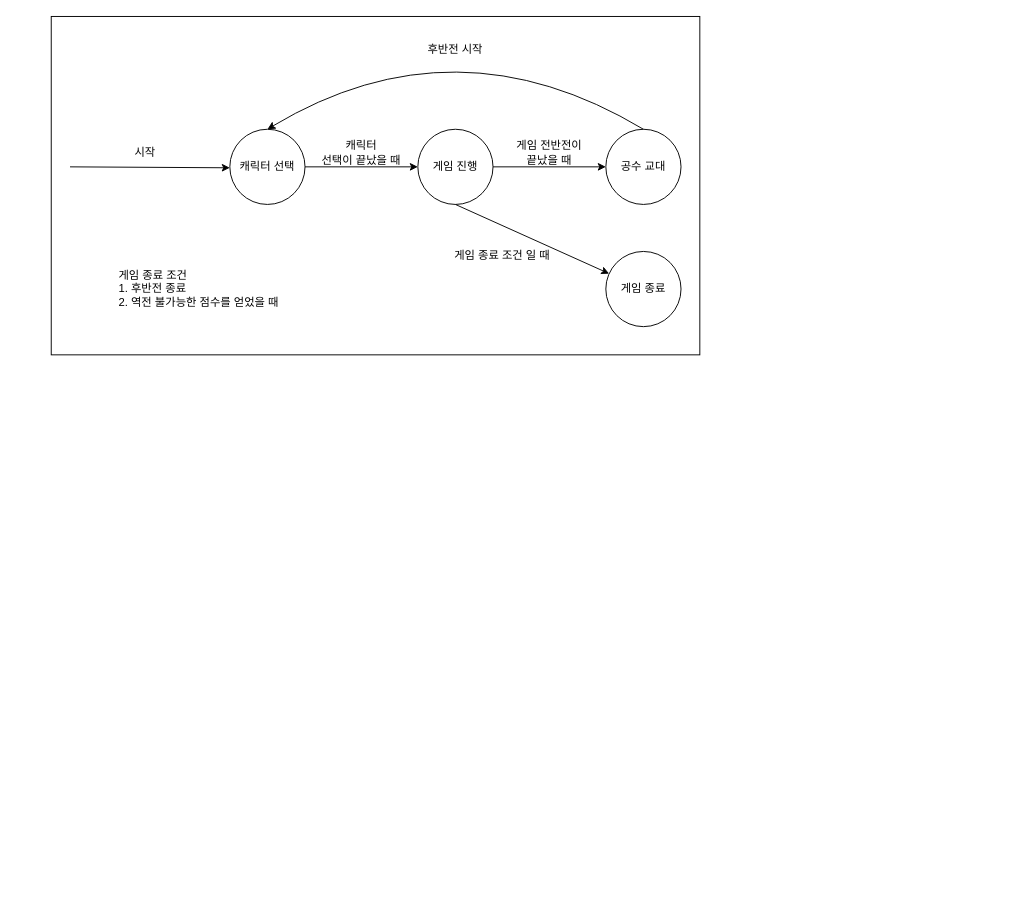
Above: FSM/GameLogicFSM.drawio in INHA01/KOG_BOMBING (draw.io), before the change. Source tidied: cells renumbered, new cells numbered last; positions are measured from the earlier drawing's top-left corner, leaving out a move shared by most shapes. Both pictures are drawn from the tidied source at 94%, with x=0, y=0 at pixel (51, 16).
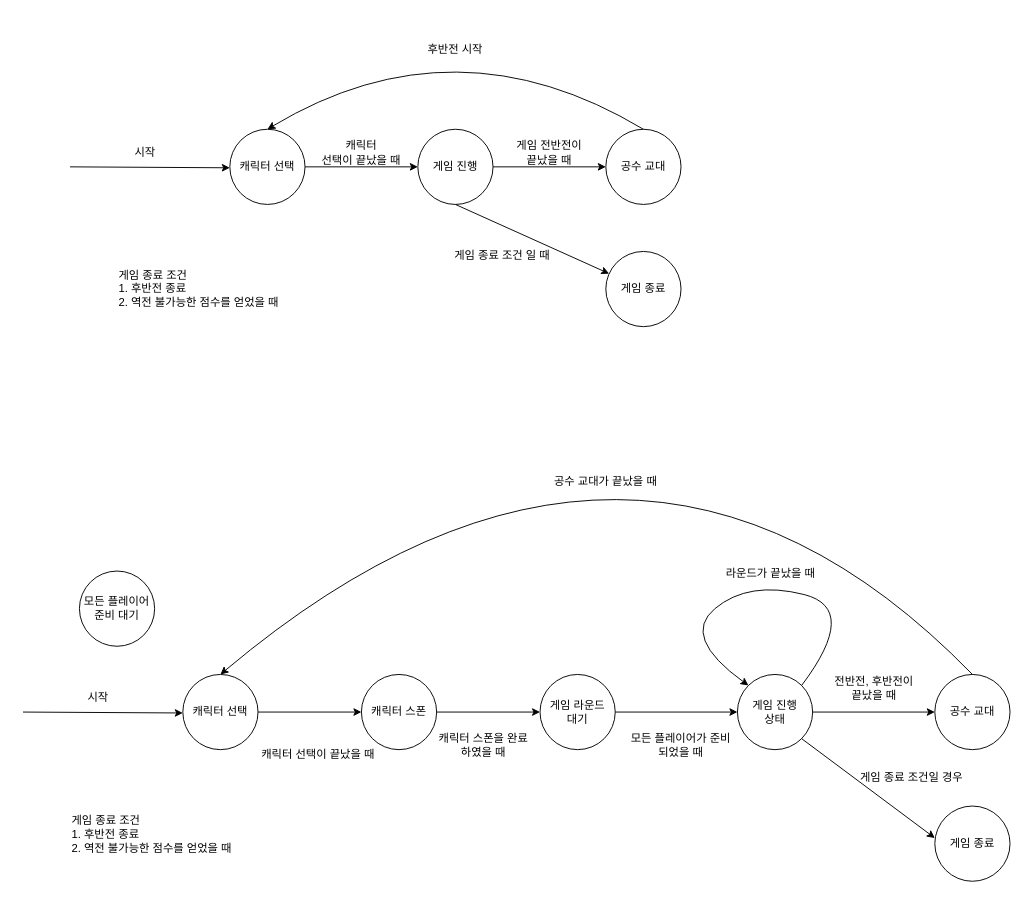
Above is the later version.

Commit message (it also covers changes not shown here):
fix: 게임 로직 FSM 설계 변경 및 GameDirector 클래스 다이어그램 수정

Change to the diagram source:
```diff
@@
-    <mxCell id="2" style="rounded=0;whiteSpace=wrap;html=1;" parent="1" vertex="1">
-      <mxGeometry width="690" height="360" as="geometry" />
-    </mxCell>
@@
+    <mxCell id="18" value="캐릭터 스폰" style="ellipse;whiteSpace=wrap;html=1;" parent="1" vertex="1">
+      <mxGeometry x="330" y="700" width="80" height="80" as="geometry" />
+    </mxCell>
+    <mxCell id="19" value="캐릭터 선택" style="ellipse;whiteSpace=wrap;html=1;" parent="1" vertex="1">
+      <mxGeometry x="140" y="700" width="80" height="80" as="geometry" />
+    </mxCell>
+    <mxCell id="20" value="공수 교대" style="ellipse;whiteSpace=wrap;html=1;" parent="1" vertex="1">
+      <mxGeometry x="940" y="700" width="80" height="80" as="geometry" />
+    </mxCell>
+    <mxCell id="21" style="endArrow=classic;html=1;rounded=0;" parent="1" edge="1">
+      <mxGeometry relative="1" as="geometry">
+        <mxPoint x="-30" y="740" as="sourcePoint" />
+        <mxPoint x="140" y="741" as="targetPoint" />
+      </mxGeometry>
+    </mxCell>
+    <mxCell id="22" value="시작" style="text;html=1;align=center;verticalAlign=middle;whiteSpace=wrap;rounded=0;" parent="1" vertex="1">
+      <mxGeometry x="20" y="710" width="60" height="30" as="geometry" />
+    </mxCell>
+    <mxCell id="23" value="게임 종료 조건&lt;br&gt;1. 후반전 종료&lt;br&gt;2. 역전 불가능한 점수를 얻었을 때" style="text;html=1;align=left;verticalAlign=middle;whiteSpace=wrap;rounded=0;" parent="1" vertex="1">
+      <mxGeometry x="20" y="820" width="200" height="100" as="geometry" />
+    </mxCell>
+    <mxCell id="24" style="endArrow=classic;html=1;rounded=0;exitX=1;exitY=0.5;exitDx=0;exitDy=0;entryX=0;entryY=0.5;entryDx=0;entryDy=0;" parent="1" edge="1" source="19" target="18">
+      <mxGeometry relative="1" as="geometry" />
+    </mxCell>
+    <mxCell id="25" value="게임 라운드&lt;br&gt;대기" style="ellipse;whiteSpace=wrap;html=1;" parent="1" vertex="1">
+      <mxGeometry x="520" y="700" width="80" height="80" as="geometry" />
+    </mxCell>
+    <mxCell id="26" style="endArrow=classic;html=1;rounded=0;exitX=1;exitY=0.5;exitDx=0;exitDy=0;entryX=0;entryY=0.5;entryDx=0;entryDy=0;" parent="1" edge="1" source="18" target="25">
+      <mxGeometry relative="1" as="geometry" />
+    </mxCell>
+    <mxCell id="27" value="게임 진행&lt;br&gt;상태" style="ellipse;whiteSpace=wrap;html=1;" parent="1" vertex="1">
+      <mxGeometry x="730" y="700" width="80" height="80" as="geometry" />
+    </mxCell>
+    <mxCell id="28" style="endArrow=classic;html=1;rounded=0;exitX=1;exitY=0.5;exitDx=0;exitDy=0;entryX=0;entryY=0.5;entryDx=0;entryDy=0;" parent="1" edge="1" source="25" target="27">
+      <mxGeometry relative="1" as="geometry" />
+    </mxCell>
+    <mxCell id="29" value="게임 종료" style="ellipse;whiteSpace=wrap;html=1;" parent="1" vertex="1">
+      <mxGeometry x="940" y="840" width="80" height="80" as="geometry" />
+    </mxCell>
+    <mxCell id="30" style="endArrow=classic;html=1;exitX=1;exitY=0;exitDx=0;exitDy=0;entryX=0;entryY=0;entryDx=0;entryDy=0;curved=1;" parent="1" edge="1" source="27" target="27">
+      <mxGeometry relative="1" as="geometry">
+        <Array as="points">
+          <mxPoint x="860" y="630" />
+          <mxPoint x="742" y="600" />
+          <mxPoint x="670" y="660" />
+        </Array>
+      </mxGeometry>
+    </mxCell>
+    <mxCell id="31" style="endArrow=classic;html=1;rounded=0;exitX=1;exitY=0.5;exitDx=0;exitDy=0;entryX=0;entryY=0.5;entryDx=0;entryDy=0;" parent="1" edge="1" source="27" target="20">
+      <mxGeometry relative="1" as="geometry" />
+    </mxCell>
+    <mxCell id="32" style="endArrow=classic;html=1;rounded=0;exitX=1;exitY=1;exitDx=0;exitDy=0;entryX=0;entryY=0.425;entryDx=0;entryDy=0;entryPerimeter=0;" parent="1" edge="1" source="27" target="29">
+      <mxGeometry relative="1" as="geometry" />
+    </mxCell>
+    <mxCell id="33" value="캐릭터 스폰을 완료&lt;br&gt;하였을 때" style="text;html=1;strokeColor=none;fillColor=none;align=center;verticalAlign=middle;whiteSpace=wrap;rounded=0;" parent="1" vertex="1">
+      <mxGeometry x="390" y="760" width="140" height="30" as="geometry" />
+    </mxCell>
+    <mxCell id="34" value="캐릭터 선택이 끝났을 때" style="text;html=1;strokeColor=none;fillColor=none;align=center;verticalAlign=middle;whiteSpace=wrap;rounded=0;" parent="1" vertex="1">
+      <mxGeometry x="214" y="770" width="140" height="30" as="geometry" />
+    </mxCell>
+    <mxCell id="35" value="모든 플레이어가 준비&lt;br&gt;되었을 때" style="text;html=1;strokeColor=none;fillColor=none;align=center;verticalAlign=middle;whiteSpace=wrap;rounded=0;" parent="1" vertex="1">
+      <mxGeometry x="600" y="760" width="140" height="30" as="geometry" />
+    </mxCell>
+    <mxCell id="36" value="라운드가 끝났을 때" style="text;html=1;align=center;verticalAlign=middle;strokeColor=none;fillColor=none;" parent="1" vertex="1">
+      <mxGeometry x="700" y="578" width="130" height="30" as="geometry" />
+    </mxCell>
+    <mxCell id="37" value="전반전, 후반전이&lt;br&gt;끝났을 때" style="text;html=1;align=center;verticalAlign=middle;strokeColor=none;fillColor=none;" parent="1" vertex="1">
+      <mxGeometry x="820" y="695" width="110" height="40" as="geometry" />
+    </mxCell>
+    <mxCell id="38" value="게임 종료 조건일 경우" style="text;html=1;align=center;verticalAlign=middle;strokeColor=none;fillColor=none;" parent="1" vertex="1">
+      <mxGeometry x="845" y="795" width="140" height="30" as="geometry" />
+    </mxCell>
+    <mxCell id="39" style="endArrow=classic;html=1;entryX=0.5;entryY=0;entryDx=0;entryDy=0;curved=1;" parent="1" edge="1" target="19">
+      <mxGeometry relative="1" as="geometry">
+        <mxPoint x="980" y="700" as="sourcePoint" />
+        <Array as="points">
+          <mxPoint x="620" y="330" />
+        </Array>
+      </mxGeometry>
+    </mxCell>
+    <mxCell id="40" value="공수 교대가 끝났을 때" style="text;html=1;strokeColor=none;fillColor=none;align=center;verticalAlign=middle;whiteSpace=wrap;rounded=0;" parent="1" vertex="1">
+      <mxGeometry x="520" y="480" width="140" height="30" as="geometry" />
+    </mxCell>
+    <mxCell id="41" value="모든 플레이어&lt;br&gt;준비 대기" style="ellipse;whiteSpace=wrap;html=1;" parent="1" vertex="1">
+      <mxGeometry x="30" y="590" width="80" height="80" as="geometry" />
+    </mxCell>
```
